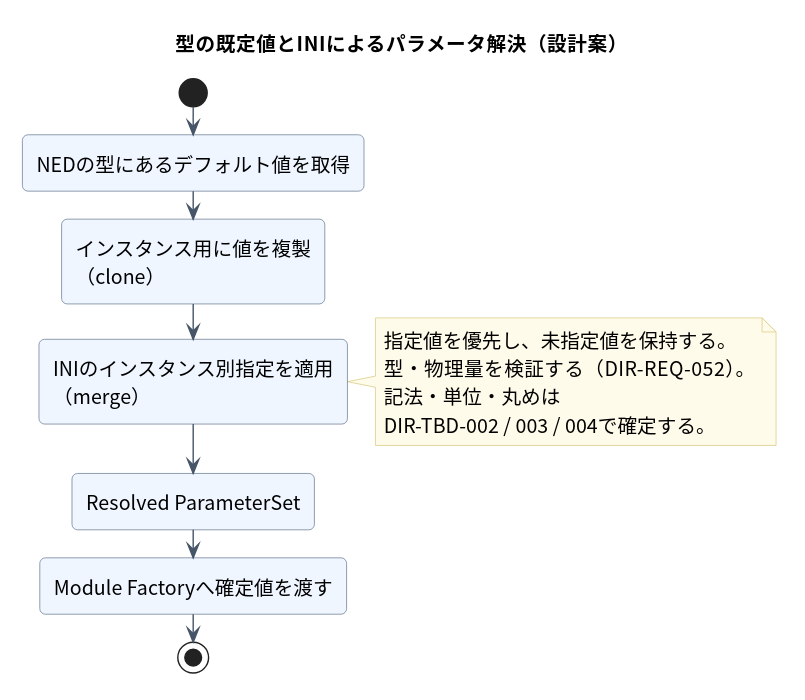
This is docs/diagrams/architecture/architecture--parameter-resolution--activity.svg from hideki-ozu/DIR-Simulator, a PlantUML export, as it was before one commit.
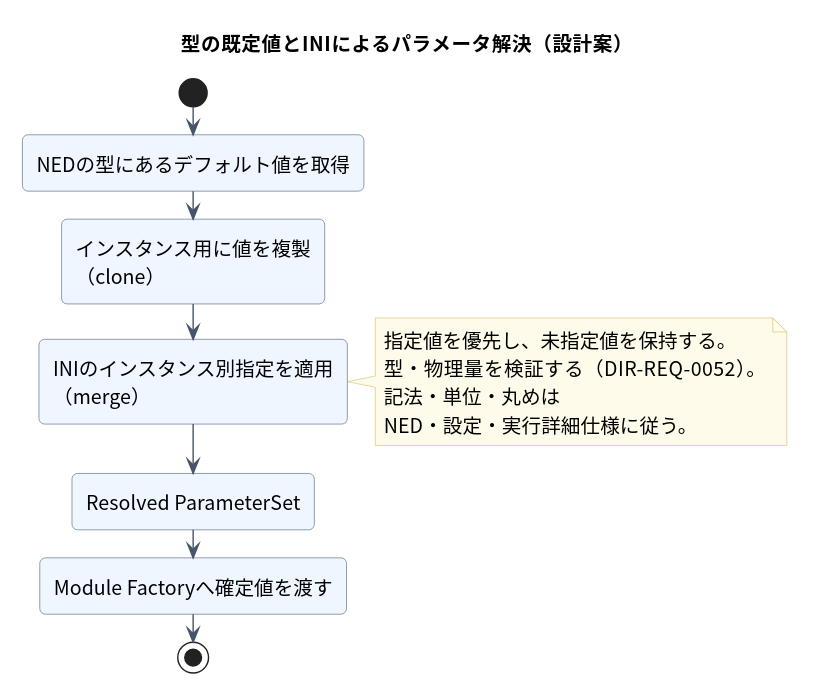
After the commit.

What changed in the source:
```diff
@@ -30,9 +30,9 @@
 （merge）;
 note right
   指定値を優先し、未指定値を保持する。
-  型・物理量を検証する（DIR-REQ-052）。
+  型・物理量を検証する（DIR-REQ-0052）。
   記法・単位・丸めは
-  DIR-TBD-002 / 003 / 004で確定する。
+  NED・設定・実行詳細仕様に従う。
 end note
 :Resolved ParameterSet;
 :Module Factoryへ確定値を渡す;
```
